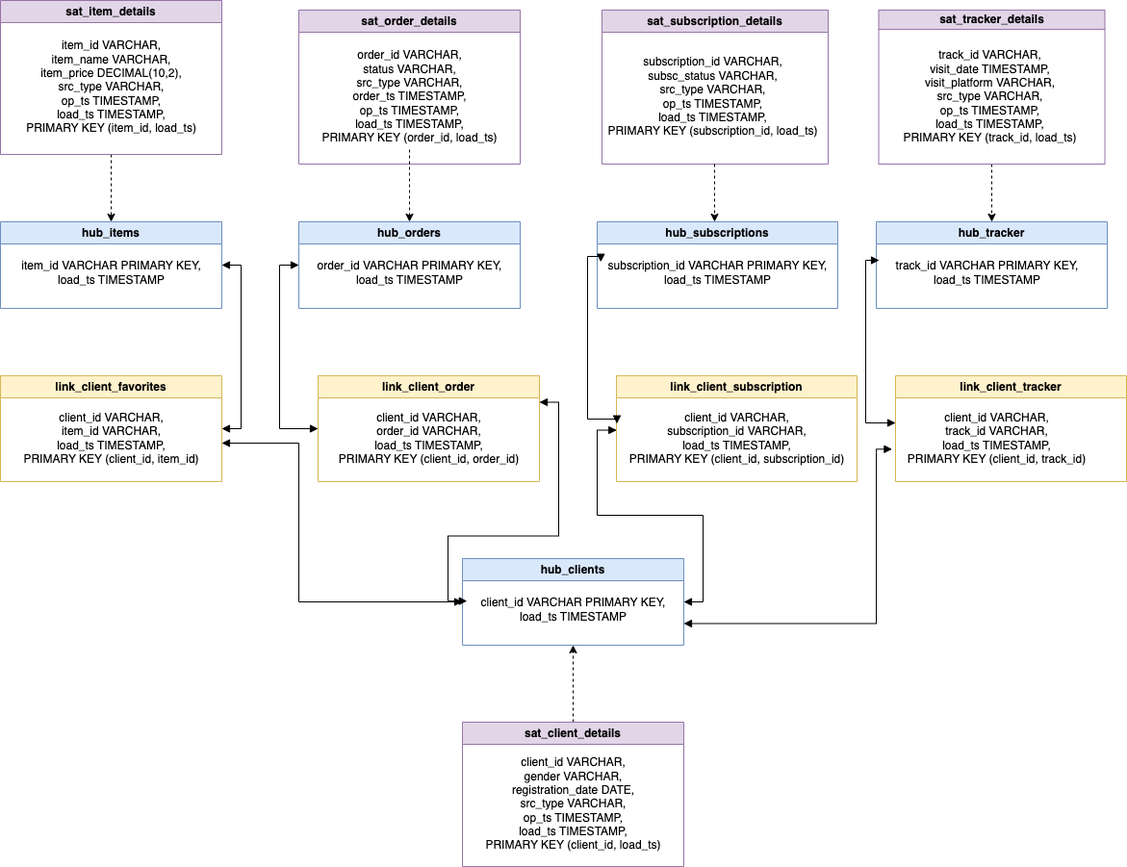
The draw.io diagram dds/data_vault.drawio.png in DariaMinina/architecture_asobd, before a commit. Source tidied: cells renumbered, new cells last; positions are measured from the earlier drawing's top-left corner, leaving out a move shared by most shapes.
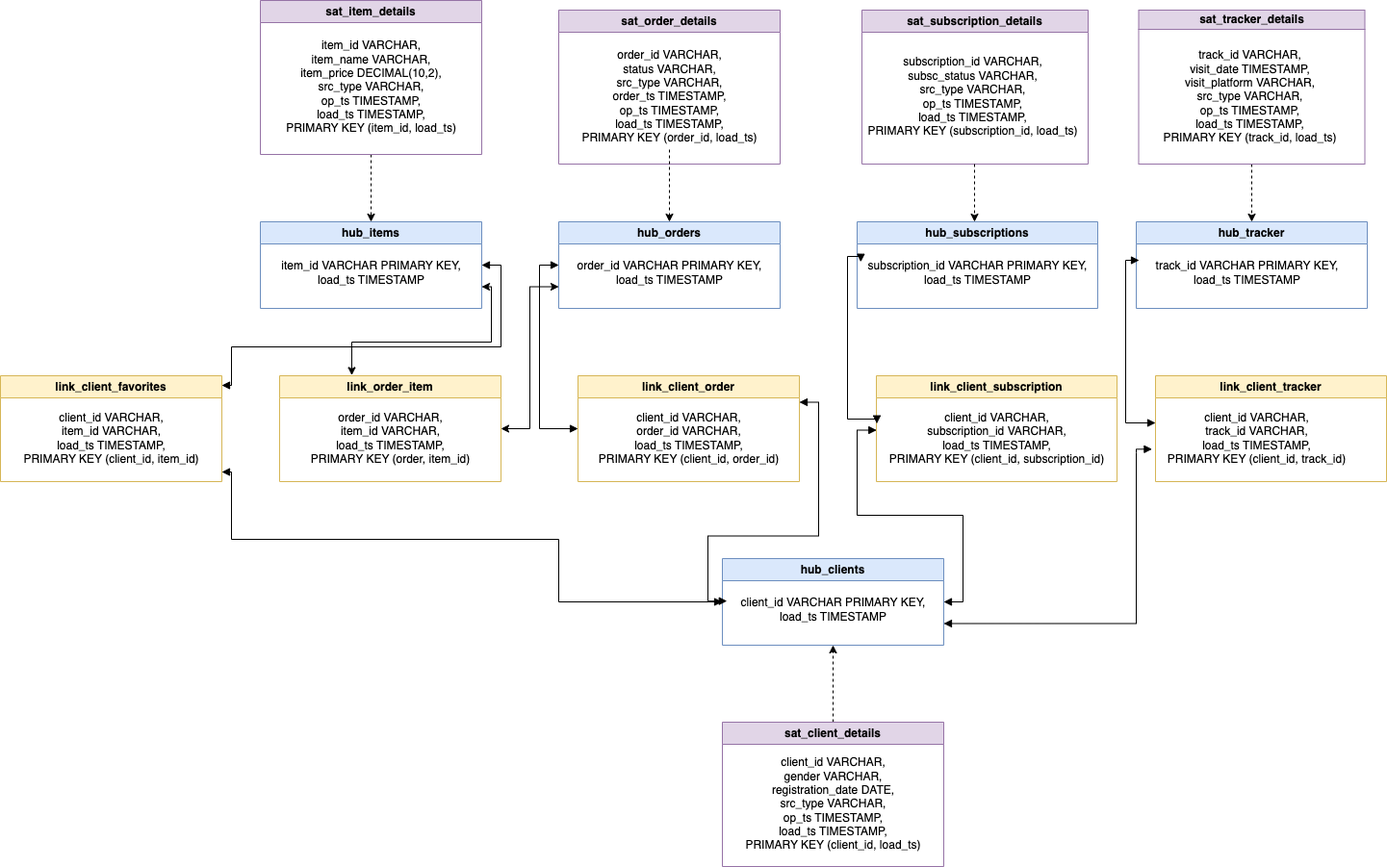
After the change.

Commit message:
added link between orders and items

The edit, as a diff of the source:
```diff
@@ -68,19 +68,29 @@
       <mxGeometry y="30" width="210" height="70" as="geometry" />
     </mxCell>
     <mxCell id="22" value="link_client_favorites" style="swimlane;whiteSpace=wrap;html=1;fillColor=#fff2cc;strokeColor=#d6b656;" parent="1" vertex="1">
-      <mxGeometry y="390" width="230" height="110" as="geometry" />
+      <mxGeometry x="-270" y="390" width="230" height="110" as="geometry" />
     </mxCell>
     <mxCell id="23" value="&lt;div&gt;client_id VARCHAR,&lt;/div&gt;&lt;div&gt;item_id VARCHAR,&lt;/div&gt;&lt;div&gt;load_ts TIMESTAMP,&lt;/div&gt;&lt;div&gt;&lt;span style=&quot;background-color: initial;&quot;&gt;PRIMARY KEY (client_id, item_id)&lt;/span&gt;&lt;/div&gt;" style="text;html=1;align=center;verticalAlign=middle;strokeColor=none;fillColor=none;" parent="22" vertex="1">
       <mxGeometry x="10" y="30" width="210" height="70" as="geometry" />
     </mxCell>
-    <mxCell id="24" style="edgeStyle=orthogonalEdgeStyle;rounded=0;jettySize=auto;html=1;entryX=1;entryY=0.5;entryDx=0;entryDy=0;startArrow=block;startFill=1;exitX=1;exitY=0.5;exitDx=0;exitDy=0;endArrow=block;endFill=1;" parent="1" edge="1" source="4" target="22">
-      <mxGeometry relative="1" as="geometry" />
+    <mxCell id="24" style="edgeStyle=orthogonalEdgeStyle;rounded=0;jettySize=auto;html=1;startArrow=block;startFill=1;exitX=1;exitY=0.5;exitDx=0;exitDy=0;endArrow=block;endFill=1;" parent="1" edge="1" source="4">
+      <mxGeometry relative="1" as="geometry">
+        <mxPoint x="-40" y="400" as="targetPoint" />
+        <Array as="points">
+          <mxPoint x="250" y="275" />
+          <mxPoint x="250" y="360" />
+          <mxPoint x="-30" y="360" />
+          <mxPoint x="-30" y="400" />
+        </Array>
+      </mxGeometry>
     </mxCell>
     <mxCell id="25" style="edgeStyle=orthogonalEdgeStyle;rounded=0;jettySize=auto;html=1;entryX=0;entryY=0.5;entryDx=0;entryDy=0;startArrow=block;startFill=1;endArrow=block;endFill=1;" parent="1" edge="1" target="2">
       <mxGeometry relative="1" as="geometry">
-        <mxPoint x="230" y="460" as="sourcePoint" />
+        <mxPoint x="-40" y="490" as="sourcePoint" />
         <Array as="points">
-          <mxPoint x="310" y="460" />
+          <mxPoint x="-30" y="490" />
+          <mxPoint x="-30" y="560" />
+          <mxPoint x="310" y="560" />
           <mxPoint x="310" y="625" />
         </Array>
       </mxGeometry>
@@ -151,5 +161,23 @@
     <mxCell id="42" value="&lt;div&gt;track_id VARCHAR,&lt;/div&gt;&lt;div&gt;visit_date TIMESTAMP,&lt;/div&gt;&lt;div&gt;visit_platform VARCHAR,&lt;/div&gt;&lt;div&gt;src_type VARCHAR,&lt;/div&gt;&lt;div&gt;op_ts TIMESTAMP,&lt;/div&gt;&lt;div&gt;load_ts TIMESTAMP,&lt;/div&gt;&lt;div&gt;&lt;span style=&quot;background-color: initial;&quot;&gt;PRIMARY KEY (track_id, load_ts)&lt;/span&gt;&lt;/div&gt;" style="text;html=1;align=center;verticalAlign=middle;strokeColor=none;fillColor=none;" parent="41" vertex="1">
       <mxGeometry x="15" y="35" width="200" height="110" as="geometry" />
     </mxCell>
+    <mxCell id="43" style="edgeStyle=orthogonalEdgeStyle;rounded=0;jettySize=auto;html=1;exitX=1;exitY=0.5;exitDx=0;exitDy=0;entryX=0;entryY=0.75;entryDx=0;entryDy=0;startArrow=classic;startFill=1;" parent="1" edge="1" source="44" target="6">
+      <mxGeometry relative="1" as="geometry" />
+    </mxCell>
+    <mxCell id="44" value="link_order_item" style="swimlane;whiteSpace=wrap;html=1;fillColor=#fff2cc;strokeColor=#d6b656;" parent="1" vertex="1">
+      <mxGeometry x="20" y="390" width="230" height="110" as="geometry" />
+    </mxCell>
+    <mxCell id="45" value="&lt;div&gt;order_id VARCHAR,&lt;/div&gt;&lt;div&gt;item_id VARCHAR,&lt;/div&gt;&lt;div&gt;load_ts TIMESTAMP,&lt;/div&gt;&lt;div&gt;&lt;span style=&quot;background-color: initial;&quot;&gt;PRIMARY KEY (order, item_id)&lt;/span&gt;&lt;/div&gt;" style="text;html=1;align=center;verticalAlign=middle;strokeColor=none;fillColor=none;" parent="44" vertex="1">
+      <mxGeometry x="20" y="30" width="190" height="70" as="geometry" />
+    </mxCell>
+    <mxCell id="46" style="edgeStyle=orthogonalEdgeStyle;rounded=0;jettySize=auto;html=1;exitX=1;exitY=0.75;exitDx=0;exitDy=0;entryX=0.326;entryY=-0.005;entryDx=0;entryDy=0;entryPerimeter=0;startArrow=classic;startFill=1;" parent="1" edge="1" source="4" target="44">
+      <mxGeometry relative="1" as="geometry">
+        <Array as="points">
+          <mxPoint x="240" y="298" />
+          <mxPoint x="240" y="355" />
+          <mxPoint x="95" y="355" />
+        </Array>
+      </mxGeometry>
+    </mxCell>
   </root>
 </mxGraphModel>
```
